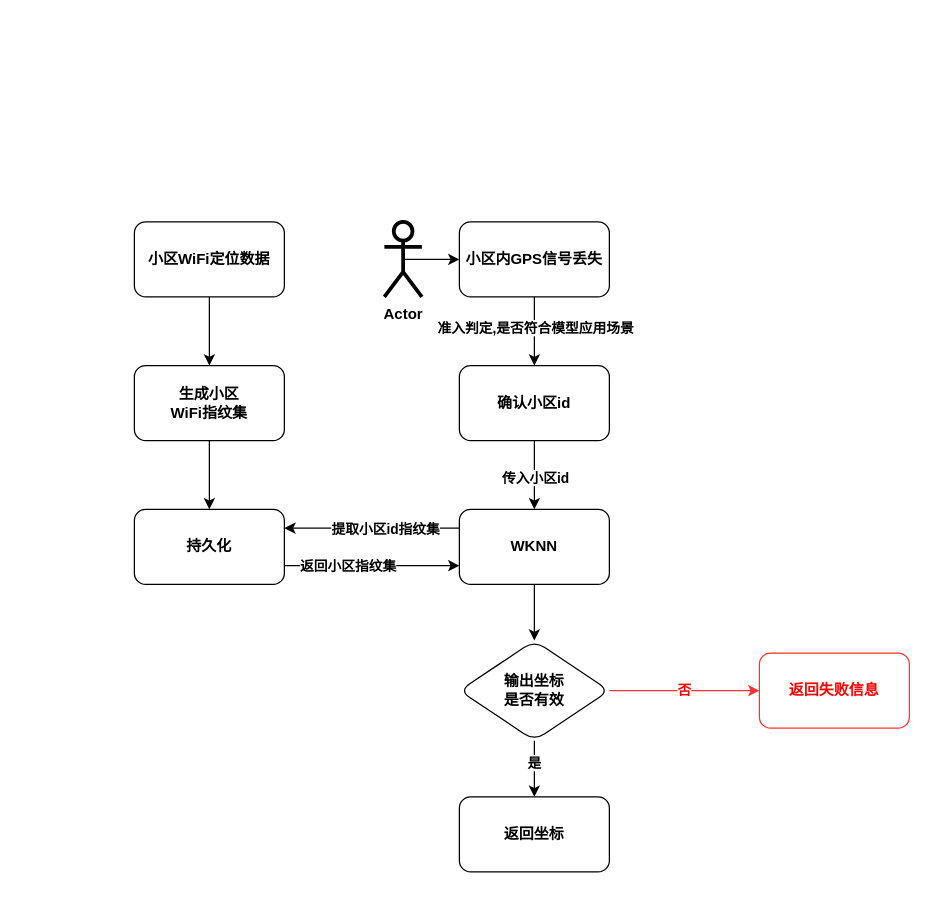
The draw.io diagram 未命名绘图.drawio in TimTigger/learngit, before the edit. Source tidied: cells renumbered, new cells numbered last; positions are measured from the earlier drawing's top-left corner, leaving out a move shared by most shapes. Both pictures are drawn from the tidied source at 125%, with x=0, y=0 at pixel (134, 221).
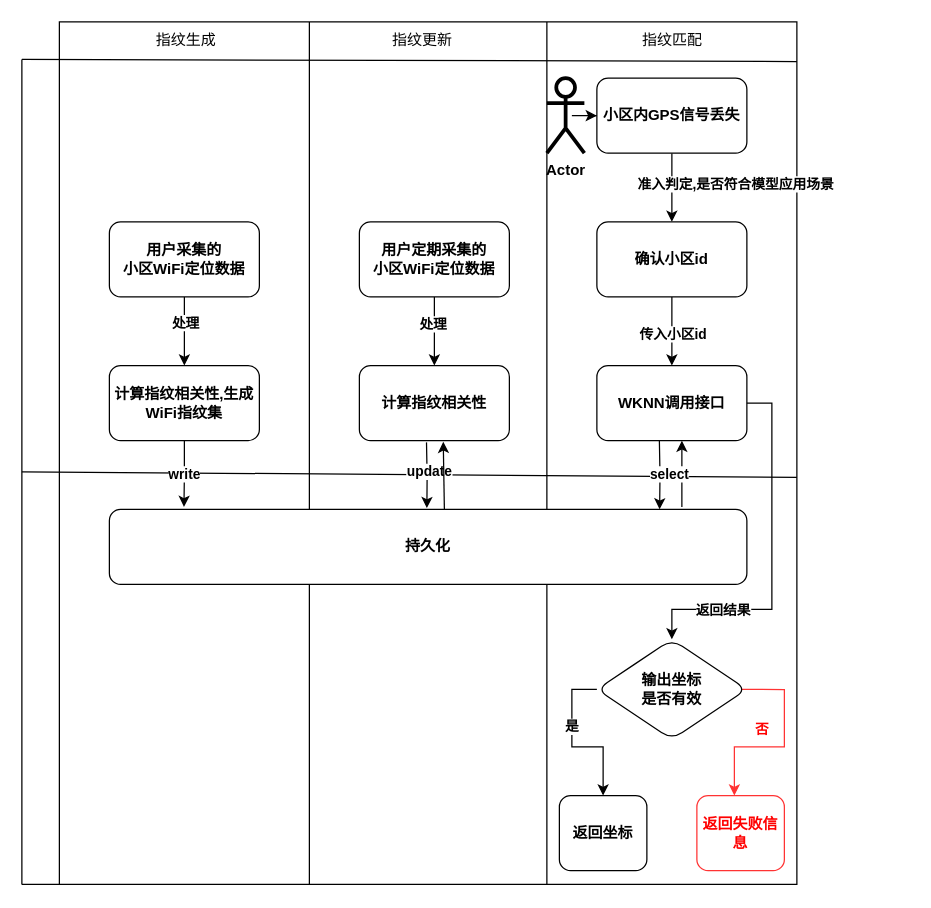
After the change.

Commit message:
更新未命名绘图.drawio

The change refers to these unchanged cells:
```xml
<mxCell id="2" style="edgeStyle=orthogonalEdgeStyle;rounded=0;jettySize=auto;html=1;entryX=0.5;entryY=0;entryDx=0;entryDy=0;fontStyle=1;" parent="1" edge="1" source="3" target="21">
  <mxGeometry relative="1" as="geometry" />
</mxCell>
<mxCell id="12" style="edgeStyle=orthogonalEdgeStyle;rounded=0;jettySize=auto;html=1;entryX=0.5;entryY=0;entryDx=0;entryDy=0;fontStyle=1;" parent="1" edge="1" source="14" target="6">
  <mxGeometry relative="1" as="geometry" />
</mxCell>
```

The edit, as a diff of the source:
```diff
@@
+    <mxCell id="29" style="group;" parent="1" vertex="1">
+      <mxGeometry x="-90" y="-160" width="620" height="690" as="geometry" />
+    </mxCell>
+    <mxCell id="30" style="group;" parent="29" vertex="1">
+      <mxGeometry x="30" width="590" height="690" as="geometry" />
+    </mxCell>
+    <mxCell id="31" style="whiteSpace=wrap;html=1;" parent="30" vertex="1">
+      <mxGeometry width="590" height="690" as="geometry" />
+    </mxCell>
+    <mxCell id="32" style="endArrow=none;html=1;rounded=0;" parent="30" edge="1">
+      <mxGeometry relative="1" as="geometry">
+        <mxPoint x="200" y="690" as="sourcePoint" />
+        <mxPoint x="200" as="targetPoint" />
+      </mxGeometry>
+    </mxCell>
+    <mxCell id="33" style="endArrow=none;html=1;rounded=0;" parent="30" edge="1">
+      <mxGeometry relative="1" as="geometry">
+        <mxPoint x="390" y="690" as="sourcePoint" />
+        <mxPoint x="390" as="targetPoint" />
+      </mxGeometry>
+    </mxCell>
+    <mxCell id="34" style="endArrow=none;html=1;rounded=0;entryX=1;entryY=0.046;entryDx=0;entryDy=0;entryPerimeter=0;" parent="30" edge="1" target="31">
+      <mxGeometry relative="1" as="geometry">
+        <mxPoint x="-30" y="30" as="sourcePoint" />
+      </mxGeometry>
+    </mxCell>
+    <mxCell id="35" value="指纹生成" style="text;html=1;align=center;verticalAlign=middle;strokeColor=none;fillColor=none;" parent="30" vertex="1">
+      <mxGeometry x="61" width="80" height="30" as="geometry" />
+    </mxCell>
+    <mxCell id="36" value="指纹更新" style="text;html=1;align=center;verticalAlign=middle;strokeColor=none;fillColor=none;" parent="30" vertex="1">
+      <mxGeometry x="250" width="80" height="30" as="geometry" />
+    </mxCell>
+    <mxCell id="37" value="指纹匹配" style="text;html=1;align=center;verticalAlign=middle;strokeColor=none;fillColor=none;" parent="30" vertex="1">
+      <mxGeometry x="450" width="80" height="30" as="geometry" />
+    </mxCell>
+    <mxCell id="27" value="返回坐标" style="whiteSpace=wrap;html=1;rounded=1;fontStyle=1;" parent="30" vertex="1">
+      <mxGeometry x="400" y="619" width="70" height="60" as="geometry" />
+    </mxCell>
+    <mxCell id="28" value="返回失败信息" style="whiteSpace=wrap;html=1;rounded=1;fontStyle=1;fontColor=#FF0000;strokeColor=#FF3333;" parent="30" vertex="1">
+      <mxGeometry x="510" y="619" width="70" height="60" as="geometry" />
+    </mxCell>
+    <mxCell id="38" style="endArrow=none;html=1;rounded=0;" parent="29" edge="1">
+      <mxGeometry relative="1" as="geometry">
+        <mxPoint y="690" as="sourcePoint" />
+        <mxPoint y="30" as="targetPoint" />
+      </mxGeometry>
+    </mxCell>
+    <mxCell id="39" style="endArrow=none;html=1;rounded=0;entryX=1;entryY=0.528;entryDx=0;entryDy=0;entryPerimeter=0;" parent="29" edge="1" target="31">
+      <mxGeometry relative="1" as="geometry">
+        <mxPoint y="360" as="sourcePoint" />
+      </mxGeometry>
+    </mxCell>
@@
+    <mxCell id="40" value="处理" style="edgeLabel;html=1;align=center;verticalAlign=middle;fontStyle=1;" parent="2" vertex="1">
+      <mxGeometry x="-0.27" y="-1" relative="1" as="geometry">
+        <mxPoint x="1" as="offset" />
+      </mxGeometry>
+    </mxCell>
-    <mxCell id="3" value="小区WiFi定位数据" style="rounded=1;whiteSpace=wrap;html=1;fontStyle=1;" parent="1" vertex="1">
-      <mxGeometry width="120" height="60" as="geometry" />
+    <mxCell id="3" value="用户采集的&lt;br&gt;小区WiFi定位数据" style="rounded=1;whiteSpace=wrap;html=1;fontStyle=1;" parent="1" vertex="1">
+      <mxGeometry x="-20" width="120" height="60" as="geometry" />
     </mxCell>
@@
     <mxCell id="6" value="确认小区id" style="whiteSpace=wrap;html=1;rounded=1;fontStyle=1;" parent="1" vertex="1">
-      <mxGeometry x="260" y="115" width="120" height="60" as="geometry" />
+      <mxGeometry x="370" width="120" height="60" as="geometry" />
     </mxCell>
-    <mxCell id="7" style="edgeStyle=orthogonalEdgeStyle;rounded=0;jettySize=auto;html=1;entryX=0;entryY=0.75;entryDx=0;entryDy=0;exitX=1;exitY=0.75;exitDx=0;exitDy=0;fontStyle=1;" parent="1" edge="1" source="9" target="19">
-      <mxGeometry relative="1" as="geometry" />
+    <mxCell id="7" style="edgeStyle=orthogonalEdgeStyle;rounded=0;orthogonalLoop=1;jettySize=auto;html=1;fontStyle=1;entryX=0.75;entryY=1;entryDx=0;entryDy=0;" parent="1" edge="1">
+      <mxGeometry relative="1" as="geometry">
+        <mxPoint x="438" y="220" as="sourcePoint" />
+        <mxPoint x="438" y="175" as="targetPoint" />
+        <Array as="points">
+          <mxPoint x="438" y="228" />
+        </Array>
+      </mxGeometry>
     </mxCell>
-    <mxCell id="8" value="返回小区指纹集" style="edgeLabel;html=1;align=center;verticalAlign=middle;fontStyle=1;" parent="7" vertex="1">
-      <mxGeometry x="0.63" y="3" relative="1" as="geometry">
-        <mxPoint x="-64" y="3" as="offset" />
-      </mxGeometry>
-    </mxCell>
     <mxCell id="9" value="持久化" style="whiteSpace=wrap;html=1;rounded=1;fontStyle=1;" parent="1" vertex="1">
-      <mxGeometry y="230" width="120" height="60" as="geometry" />
+      <mxGeometry x="-20" y="230" width="510" height="60" as="geometry" />
     </mxCell>
-    <mxCell id="10" style="edgeStyle=orthogonalEdgeStyle;rounded=0;jettySize=auto;html=1;exitX=0.5;exitY=0.5;exitDx=0;exitDy=0;exitPerimeter=0;entryX=0;entryY=0.5;entryDx=0;entryDy=0;fontStyle=1;" parent="1" edge="1" source="11" target="14">
+    <mxCell id="10" style="edgeStyle=orthogonalEdgeStyle;rounded=0;jettySize=auto;html=1;entryX=0;entryY=0.5;entryDx=0;entryDy=0;fontStyle=1;" parent="1" edge="1" source="11" target="14">
       <mxGeometry relative="1" as="geometry" />
     </mxCell>
     <mxCell id="11" value="Actor" style="shape=umlActor;verticalLabelPosition=bottom;verticalAlign=top;html=1;fontStyle=1;strokeWidth=3;" parent="1" vertex="1">
-      <mxGeometry x="200" width="30" height="60" as="geometry" />
+      <mxGeometry x="330" y="-115" width="30" height="60" as="geometry" />
     </mxCell>
@@
     <mxCell id="13" value="准入判定,是否符合模型应用场景" style="edgeLabel;html=1;align=center;verticalAlign=middle;fontStyle=1;" parent="12" vertex="1">
       <mxGeometry x="-0.22" y="-3" relative="1" as="geometry">
-        <mxPoint x="3" y="3" as="offset" />
+        <mxPoint x="53" y="3" as="offset" />
       </mxGeometry>
     </mxCell>
     <mxCell id="14" value="小区内GPS信号丢失" style="rounded=1;whiteSpace=wrap;html=1;fontStyle=1;" parent="1" vertex="1">
-      <mxGeometry x="260" width="120" height="60" as="geometry" />
+      <mxGeometry x="370" y="-115" width="120" height="60" as="geometry" />
     </mxCell>
-    <mxCell id="15" style="edgeStyle=orthogonalEdgeStyle;rounded=0;jettySize=auto;html=1;strokeColor=none;fontStyle=1;" parent="1" edge="1" target="14">
-      <mxGeometry relative="1" as="geometry">
-        <mxPoint x="450" y="120" as="sourcePoint" />
-      </mxGeometry>
-    </mxCell>
-    <mxCell id="16" style="edgeStyle=orthogonalEdgeStyle;rounded=0;jettySize=auto;html=1;entryX=1;entryY=0.25;entryDx=0;entryDy=0;exitX=0;exitY=0.25;exitDx=0;exitDy=0;fontStyle=1;" parent="1" edge="1" source="19" target="9">
-      <mxGeometry relative="1" as="geometry" />
+    <mxCell id="16" style="edgeStyle=orthogonalEdgeStyle;rounded=0;orthogonalLoop=1;jettySize=auto;html=1;entryX=0.824;entryY=0;entryDx=0;entryDy=0;exitX=0.25;exitY=1;exitDx=0;exitDy=0;fontStyle=1;entryPerimeter=0;" parent="1" edge="1">
+      <mxGeometry relative="1" as="geometry">
+        <mxPoint x="420" y="175" as="sourcePoint" />
+        <mxPoint x="420.2" y="230" as="targetPoint" />
+      </mxGeometry>
     </mxCell>
-    <mxCell id="17" value="提取小区id指纹集" style="edgeLabel;html=1;align=center;verticalAlign=middle;fontStyle=1;" parent="16" vertex="1">
-      <mxGeometry x="-0.16" relative="1" as="geometry">
-        <mxPoint x="-1" as="offset" />
-      </mxGeometry>
-    </mxCell>
-    <mxCell id="18" style="edgeStyle=orthogonalEdgeStyle;rounded=0;jettySize=auto;html=1;fontStyle=1;" parent="1" edge="1" source="19" target="26">
-      <mxGeometry relative="1" as="geometry" />
-    </mxCell>
+    <mxCell id="41" value="select" style="edgeLabel;html=1;align=center;verticalAlign=middle;fontStyle=1;" parent="16" vertex="1">
+      <mxGeometry x="-0.09" y="-3" relative="1" as="geometry">
+        <mxPoint x="10" y="1" as="offset" />
+      </mxGeometry>
+    </mxCell>
-    <mxCell id="19" value="WKNN" style="whiteSpace=wrap;html=1;rounded=1;fontStyle=1;" parent="1" vertex="1">
-      <mxGeometry x="260" y="230" width="120" height="60" as="geometry" />
+    <mxCell id="19" value="WKNN调用接口" style="whiteSpace=wrap;html=1;rounded=1;fontStyle=1;" parent="1" vertex="1">
+      <mxGeometry x="370" y="115" width="120" height="60" as="geometry" />
     </mxCell>
-    <mxCell id="20" style="edgeStyle=orthogonalEdgeStyle;rounded=0;jettySize=auto;html=1;entryX=0.5;entryY=0;entryDx=0;entryDy=0;fontStyle=1;" parent="1" edge="1" source="21" target="9">
+    <mxCell id="20" style="edgeStyle=orthogonalEdgeStyle;rounded=0;jettySize=auto;html=1;entryX=0.117;entryY=-0.033;entryDx=0;entryDy=0;entryPerimeter=0;fontStyle=1;" parent="1" edge="1" source="21" target="9">
       <mxGeometry relative="1" as="geometry" />
     </mxCell>
+    <mxCell id="42" value="write" style="edgeLabel;html=1;align=center;verticalAlign=middle;fontStyle=1;" parent="20" vertex="1">
+      <mxGeometry x="-0.06" y="-1" relative="1" as="geometry">
+        <mxPoint y="1" as="offset" />
+      </mxGeometry>
+    </mxCell>
-    <mxCell id="21" value="生成小区&lt;br&gt;WiFi指纹集" style="whiteSpace=wrap;html=1;rounded=1;fontStyle=1;" parent="1" vertex="1">
-      <mxGeometry y="115" width="120" height="60" as="geometry" />
+    <mxCell id="21" value="计算指纹相关性,生成WiFi指纹集" style="whiteSpace=wrap;html=1;rounded=1;fontStyle=1;" parent="1" vertex="1">
+      <mxGeometry x="-20" y="115" width="120" height="60" as="geometry" />
     </mxCell>
-    <mxCell id="22" style="edgeStyle=orthogonalEdgeStyle;rounded=0;jettySize=auto;html=1;fontStyle=1;" parent="1" edge="1" source="26" target="27">
-      <mxGeometry relative="1" as="geometry" />
+    <mxCell id="22" style="edgeStyle=orthogonalEdgeStyle;rounded=0;jettySize=auto;html=1;fontStyle=1;exitX=0;exitY=0.5;exitDx=0;exitDy=0;" parent="1" edge="1" source="26" target="27">
+      <mxGeometry relative="1" as="geometry">
+        <Array as="points">
+          <mxPoint x="350" y="374" />
+          <mxPoint x="350" y="420" />
+          <mxPoint x="375" y="420" />
+        </Array>
+      </mxGeometry>
     </mxCell>
@@
-    <mxCell id="24" style="edgeStyle=orthogonalEdgeStyle;rounded=0;jettySize=auto;html=1;fontStyle=1;fontColor=#FF0000;strokeColor=#FF3333;" parent="1" edge="1" source="26" target="28">
-      <mxGeometry relative="1" as="geometry" />
+    <mxCell id="24" style="edgeStyle=orthogonalEdgeStyle;rounded=0;jettySize=auto;html=1;fontStyle=1;fontColor=#FF0000;strokeColor=#FF3333;exitX=0.957;exitY=0.501;exitDx=0;exitDy=0;exitPerimeter=0;" parent="1" edge="1" source="26" target="28">
+      <mxGeometry relative="1" as="geometry">
+        <Array as="points">
+          <mxPoint x="520" y="374" />
+          <mxPoint x="520" y="420" />
+          <mxPoint x="480" y="420" />
+        </Array>
+      </mxGeometry>
     </mxCell>
     <mxCell id="25" value="否" style="edgeLabel;html=1;align=center;verticalAlign=middle;fontStyle=1;fontColor=#FF0000;" parent="24" vertex="1">
-      <mxGeometry x="-0.02" y="1" relative="1" as="geometry" />
+      <mxGeometry x="-0.02" y="1" relative="1" as="geometry">
+        <mxPoint x="-20" y="-11" as="offset" />
+      </mxGeometry>
     </mxCell>
     <mxCell id="26" value="输出坐标&lt;br&gt;是否有效" style="rhombus;whiteSpace=wrap;html=1;rounded=1;fontStyle=1;" parent="1" vertex="1">
-      <mxGeometry x="260" y="335" width="120" height="80" as="geometry" />
+      <mxGeometry x="370" y="334" width="120" height="80" as="geometry" />
     </mxCell>
-    <mxCell id="27" value="返回坐标" style="whiteSpace=wrap;html=1;rounded=1;fontStyle=1;" parent="1" vertex="1">
-      <mxGeometry x="260" y="460" width="120" height="60" as="geometry" />
-    </mxCell>
-    <mxCell id="28" value="返回失败信息" style="whiteSpace=wrap;html=1;rounded=1;fontStyle=1;fontColor=#FF0000;strokeColor=#FF3333;" parent="1" vertex="1">
-      <mxGeometry x="500" y="345" width="120" height="60" as="geometry" />
-    </mxCell>
+    <mxCell id="43" style="edgeStyle=orthogonalEdgeStyle;rounded=0;jettySize=auto;html=1;entryX=0.5;entryY=0;entryDx=0;entryDy=0;fontStyle=1;" parent="1" edge="1" source="45" target="49">
+      <mxGeometry relative="1" as="geometry" />
+    </mxCell>
+    <mxCell id="44" value="处理" style="edgeLabel;html=1;align=center;verticalAlign=middle;fontStyle=1;" parent="43" vertex="1">
+      <mxGeometry x="-0.24" y="-2" relative="1" as="geometry" />
+    </mxCell>
+    <mxCell id="45" value="用户定期采集的&lt;br&gt;小区WiFi定位数据" style="rounded=1;whiteSpace=wrap;html=1;fontStyle=1;" parent="1" vertex="1">
+      <mxGeometry x="180" width="120" height="60" as="geometry" />
+    </mxCell>
+    <mxCell id="46" style="edgeStyle=orthogonalEdgeStyle;rounded=0;orthogonalLoop=1;jettySize=auto;html=1;exitX=0.306;exitY=1.023;exitDx=0;exitDy=0;fontStyle=1;exitPerimeter=0;" parent="1" edge="1">
+      <mxGeometry relative="1" as="geometry">
+        <mxPoint x="233.7" y="176.4" as="sourcePoint" />
+        <mxPoint x="234" y="229" as="targetPoint" />
+      </mxGeometry>
+    </mxCell>
+    <mxCell id="47" value="update" style="edgeLabel;html=1;align=center;verticalAlign=middle;fontStyle=1;" parent="46" vertex="1">
+      <mxGeometry x="-0.12" y="-1" relative="1" as="geometry">
+        <mxPoint x="2" as="offset" />
+      </mxGeometry>
+    </mxCell>
+    <mxCell id="48" style="endArrow=classic;html=1;rounded=0;fontStyle=1;entryX=0.609;entryY=1.015;entryDx=0;entryDy=0;entryPerimeter=0;" parent="1" edge="1">
+      <mxGeometry relative="1" as="geometry">
+        <mxPoint x="248" y="230" as="sourcePoint" />
+        <mxPoint x="247.1" y="175.9" as="targetPoint" />
+      </mxGeometry>
+    </mxCell>
+    <mxCell id="49" value="计算指纹相关性" style="whiteSpace=wrap;html=1;rounded=1;fontStyle=1;" parent="1" vertex="1">
+      <mxGeometry x="180" y="115" width="120" height="60" as="geometry" />
+    </mxCell>
+    <mxCell id="18" style="edgeStyle=orthogonalEdgeStyle;rounded=0;jettySize=auto;html=1;entryX=0.5;entryY=0;entryDx=0;entryDy=0;fontStyle=1;exitX=1;exitY=0.5;exitDx=0;exitDy=0;" parent="1" edge="1" source="19" target="26">
+      <mxGeometry relative="1" as="geometry">
+        <Array as="points">
+          <mxPoint x="510" y="145" />
+          <mxPoint x="510" y="310" />
+          <mxPoint x="430" y="310" />
+        </Array>
+      </mxGeometry>
+    </mxCell>
+    <mxCell id="50" value="返回结果" style="edgeLabel;html=1;align=center;verticalAlign=middle;fontStyle=1;" parent="18" vertex="1">
+      <mxGeometry x="-0.06" y="-1" relative="1" as="geometry">
+        <mxPoint x="-39" y="49" as="offset" />
+      </mxGeometry>
+    </mxCell>
+    <mxCell id="51" style="endArrow=none;html=1;rounded=0;entryX=0;entryY=1;entryDx=0;entryDy=0;" parent="1" edge="1" target="31">
+      <mxGeometry relative="1" as="geometry">
+        <mxPoint x="-90" y="530" as="sourcePoint" />
+      </mxGeometry>
+    </mxCell>
```
